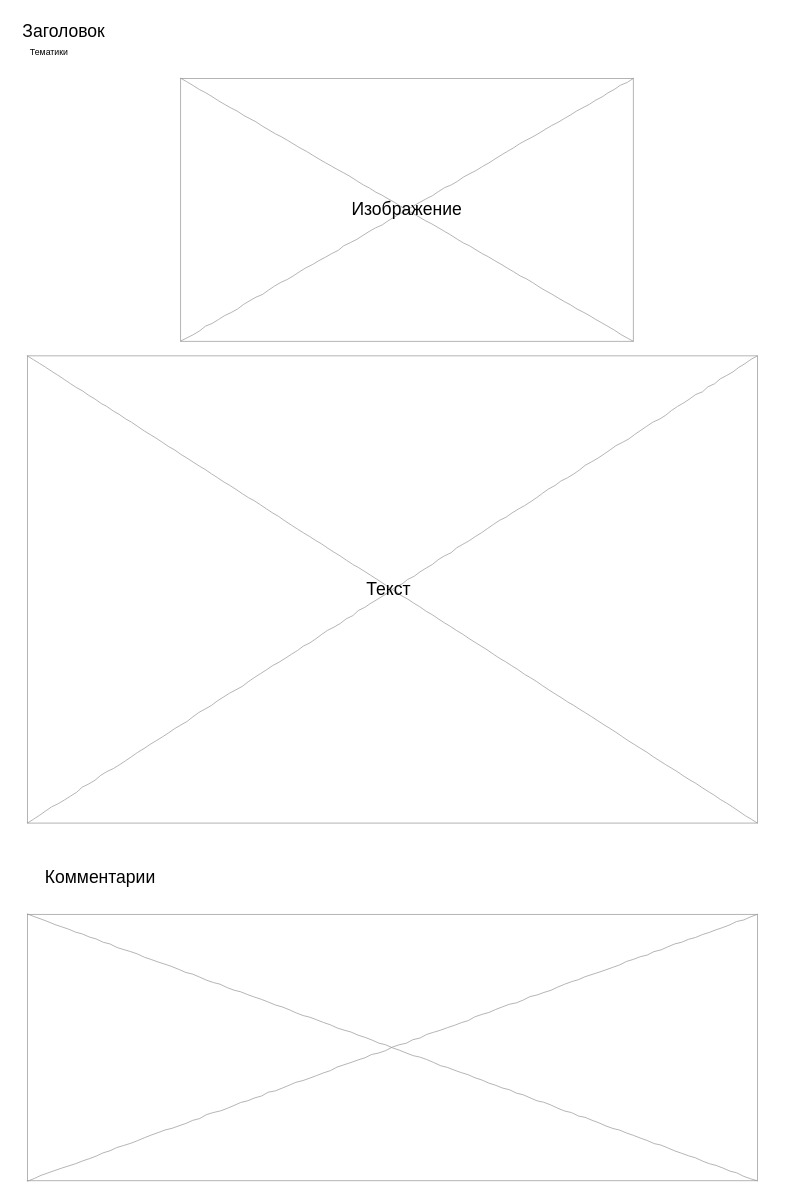
Earlier version of the draw.io diagram Макет страниц WEB/Пост.drawio (igKaneProgrammer/allprojects). Source tidied: cells renumbered, new cells numbered last; positions are measured from the earlier drawing's top-left corner, leaving out a move shared by most shapes. Both pictures are drawn from the tidied source at 73%, with x=0, y=0 at pixel (27, 20).
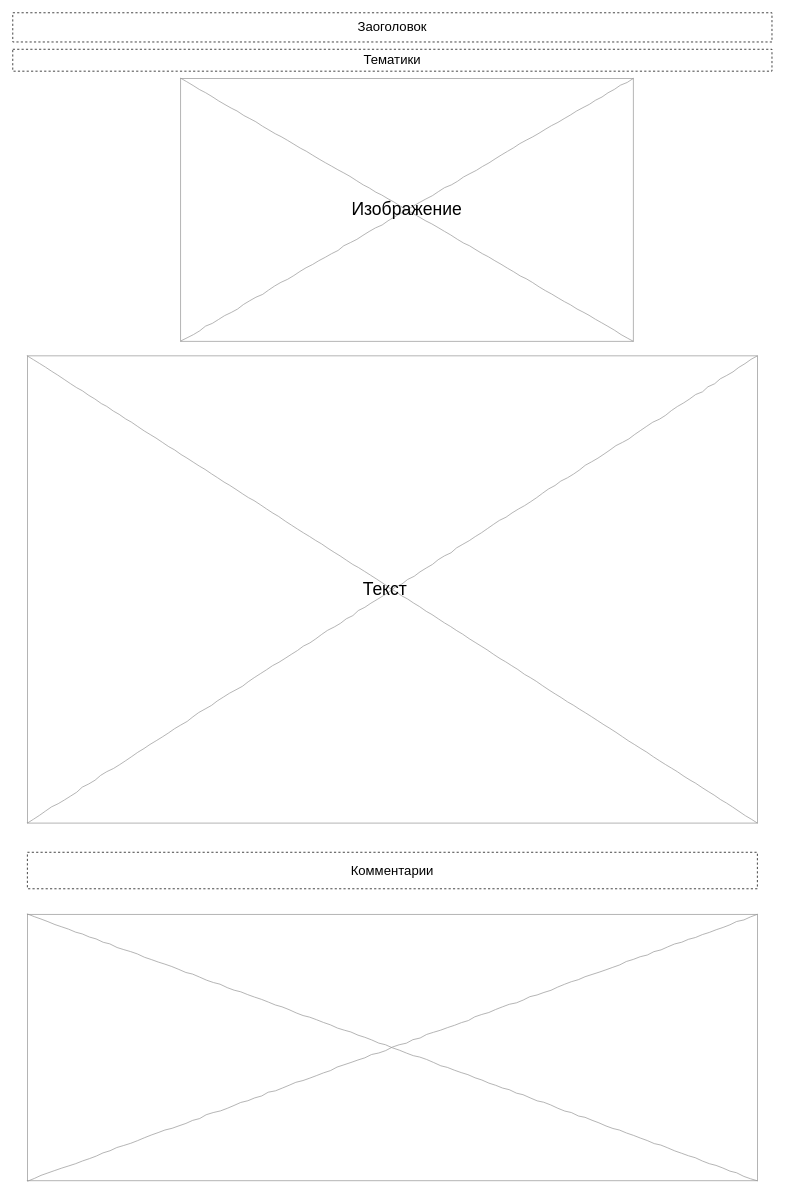
The same diagram, later.

What changed in the source:
```diff
@@
 <mxGraphModel>
   <root>
     <mxCell id="0" />
     <mxCell id="1" parent="0" />
     <mxCell id="2" style="verticalLabelPosition=bottom;shadow=0;dashed=0;align=center;html=1;verticalAlign=top;strokeWidth=1;shape=mxgraph.mockup.graphics.simpleIcon;strokeColor=#999999;rounded=0;labelBackgroundColor=none;fontFamily=Verdana;fontSize=14;fontColor=#000000;comic=1;" parent="1" vertex="1">
       <mxGeometry x="210" y="80" width="620" height="360" as="geometry" />
     </mxCell>
     <mxCell id="3" value="&lt;font style=&quot;font-size: 24px&quot;&gt;Изображение&lt;/font&gt;" style="text;html=1;strokeColor=none;fillColor=none;align=center;verticalAlign=middle;whiteSpace=wrap;rounded=0;" parent="1" vertex="1">
       <mxGeometry x="490" y="245" width="60" height="30" as="geometry" />
     </mxCell>
     <mxCell id="4" style="verticalLabelPosition=bottom;shadow=0;dashed=0;align=center;html=1;verticalAlign=top;strokeWidth=1;shape=mxgraph.mockup.graphics.simpleIcon;strokeColor=#999999;rounded=0;labelBackgroundColor=none;fontFamily=Verdana;fontSize=14;fontColor=#000000;comic=1;" parent="1" vertex="1">
       <mxGeometry y="460" width="1000" height="640" as="geometry" />
     </mxCell>
-    <mxCell id="5" value="&lt;font style=&quot;font-size: 24px&quot;&gt;Заголовок&lt;/font&gt;" style="text;html=1;strokeColor=none;fillColor=none;align=center;verticalAlign=middle;whiteSpace=wrap;rounded=0;" parent="1" vertex="1">
-      <mxGeometry x="20" width="60" height="30" as="geometry" />
-    </mxCell>
+    <mxCell id="7" value="&lt;font style=&quot;font-size: 24px&quot;&gt;Текст&lt;/font&gt;" style="text;html=1;strokeColor=none;fillColor=none;align=center;verticalAlign=middle;whiteSpace=wrap;rounded=0;fontSize=12;" parent="1" vertex="1">
+      <mxGeometry x="460" y="765" width="60" height="30" as="geometry" />
+    </mxCell>
+    <mxCell id="9" style="verticalLabelPosition=bottom;shadow=0;dashed=0;align=center;html=1;verticalAlign=top;strokeWidth=1;shape=mxgraph.mockup.graphics.simpleIcon;strokeColor=#999999;rounded=0;labelBackgroundColor=none;fontFamily=Verdana;fontSize=14;fontColor=#000000;comic=1;" parent="1" vertex="1">
+      <mxGeometry y="1225" width="1000" height="365" as="geometry" />
+    </mxCell>
+    <mxCell id="10" value="Заоголовок" style="rounded=0;whiteSpace=wrap;html=1;dashed=1;fontSize=18;" parent="1" vertex="1">
+      <mxGeometry x="-20" y="-10" width="1040" height="40" as="geometry" />
+    </mxCell>
-    <mxCell id="6" value="&lt;font style=&quot;font-size: 12px&quot;&gt;Тематики&lt;/font&gt;" style="text;html=1;strokeColor=none;fillColor=none;align=center;verticalAlign=middle;whiteSpace=wrap;rounded=0;" parent="1" vertex="1">
-      <mxGeometry y="30" width="60" height="30" as="geometry" />
+    <mxCell id="6" value="Тематики" style="rounded=0;whiteSpace=wrap;html=1;dashed=1;fontSize=18;" parent="1" vertex="1">
+      <mxGeometry x="-20" y="40" width="1040" height="30" as="geometry" />
     </mxCell>
-    <mxCell id="7" value="&lt;font style=&quot;font-size: 24px&quot;&gt;Текст&lt;/font&gt;" style="text;html=1;strokeColor=none;fillColor=none;align=center;verticalAlign=middle;whiteSpace=wrap;rounded=0;fontSize=12;" parent="1" vertex="1">
-      <mxGeometry x="465" y="765" width="60" height="30" as="geometry" />
-    </mxCell>
-    <mxCell id="8" value="Комментарии" style="text;html=1;strokeColor=none;fillColor=none;align=center;verticalAlign=middle;whiteSpace=wrap;rounded=0;fontSize=24;" parent="1" vertex="1">
-      <mxGeometry x="70" y="1160" width="60" height="30" as="geometry" />
+    <mxCell id="8" value="Комментарии" style="rounded=0;whiteSpace=wrap;html=1;dashed=1;fontSize=18;" parent="1" vertex="1">
+      <mxGeometry y="1140" width="1000" height="50" as="geometry" />
     </mxCell>
-    <mxCell id="9" style="verticalLabelPosition=bottom;shadow=0;dashed=0;align=center;html=1;verticalAlign=top;strokeWidth=1;shape=mxgraph.mockup.graphics.simpleIcon;strokeColor=#999999;rounded=0;labelBackgroundColor=none;fontFamily=Verdana;fontSize=14;fontColor=#000000;comic=1;" parent="1" vertex="1">
-      <mxGeometry y="1225" width="1000" height="365" as="geometry" />
-    </mxCell>
   </root>
 </mxGraphModel>
```
